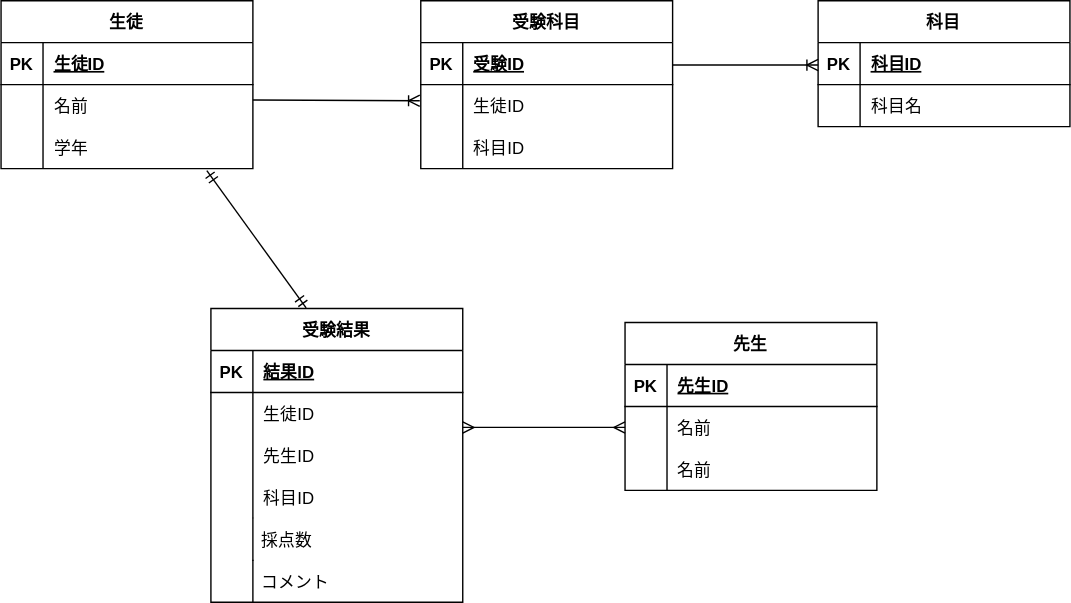
Before: ER.drawio.svg, a diagram exported from draw.io (ohashi3589/20230217_ohashi). Source tidied: cells renumbered, new cells last; positions are measured from the earlier drawing's top-left corner, leaving out a move shared by most shapes.
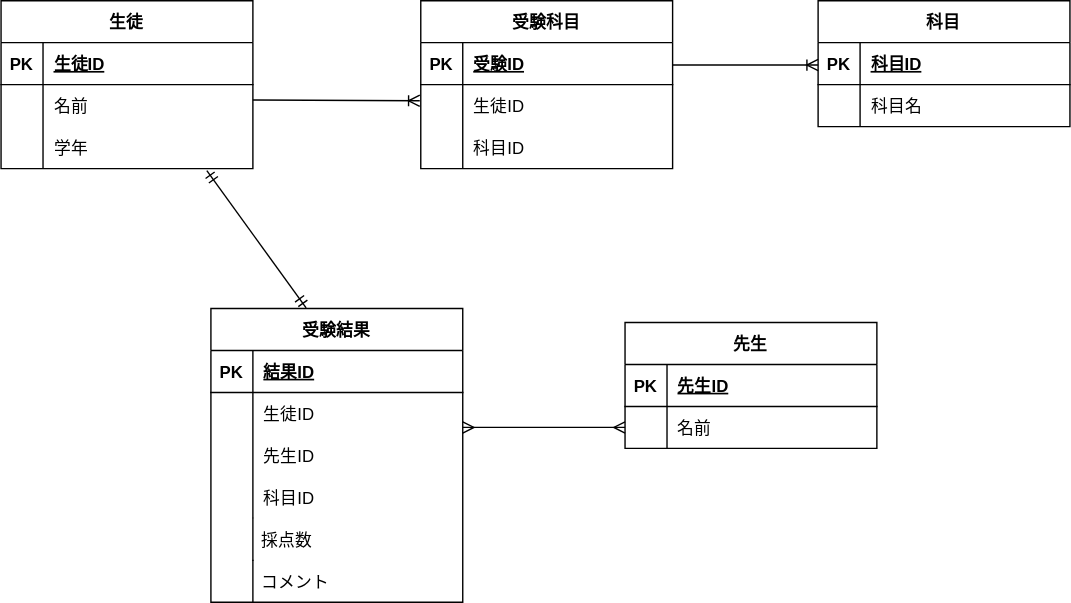
After the change.

The edit, as a diff of the source:
```diff
@@ -129,7 +129,7 @@
       <mxGeometry width="30" height="30" as="geometry" />
     </mxCell>
     <mxCell id="44" value="先生" style="shape=table;startSize=30;rowLines=0;fontStyle=1;align=center;strokeWidth=1;" parent="1" vertex="1">
-      <mxGeometry x="446" y="230" width="180" height="120" as="geometry" />
+      <mxGeometry x="446" y="230" width="180" height="90" as="geometry" />
     </mxCell>
     <mxCell id="45" style="shape=tableRow;horizontal=0;startSize=0;swimlaneHead=0;swimlaneBody=0;fillColor=none;top=0;left=0;right=0;bottom=1;strokeWidth=1;" parent="44" vertex="1">
       <mxGeometry y="30" width="180" height="30" as="geometry" />
@@ -149,15 +149,6 @@
     <mxCell id="50" value="名前" style="shape=partialRectangle;fillColor=none;top=0;left=0;bottom=0;right=0;align=left;spacingLeft=6;overflow=hidden;strokeWidth=1;" parent="48" vertex="1">
       <mxGeometry x="30" width="150" height="30" as="geometry" />
     </mxCell>
-    <mxCell id="51" style="shape=tableRow;horizontal=0;startSize=0;swimlaneHead=0;swimlaneBody=0;fillColor=none;top=0;left=0;right=0;bottom=0;strokeWidth=1;" parent="44" vertex="1">
-      <mxGeometry y="90" width="180" height="30" as="geometry" />
-    </mxCell>
-    <mxCell id="52" style="shape=partialRectangle;fillColor=none;top=0;left=0;bottom=0;right=0;overflow=hidden;strokeWidth=1;" parent="51" vertex="1">
-      <mxGeometry width="30" height="30" as="geometry" />
-    </mxCell>
-    <mxCell id="53" value="名前" style="shape=partialRectangle;fillColor=none;top=0;left=0;bottom=0;right=0;align=left;spacingLeft=6;overflow=hidden;strokeWidth=1;" parent="51" vertex="1">
-      <mxGeometry x="30" width="150" height="30" as="geometry" />
-    </mxCell>
     <mxCell id="54" value=" コメント" style="shape=partialRectangle;fillColor=none;align=left;verticalAlign=middle;strokeColor=none;spacingLeft=34;strokeWidth=1;" parent="1" vertex="1">
       <mxGeometry x="150" y="400" width="90" height="30" as="geometry" />
     </mxCell>
```
